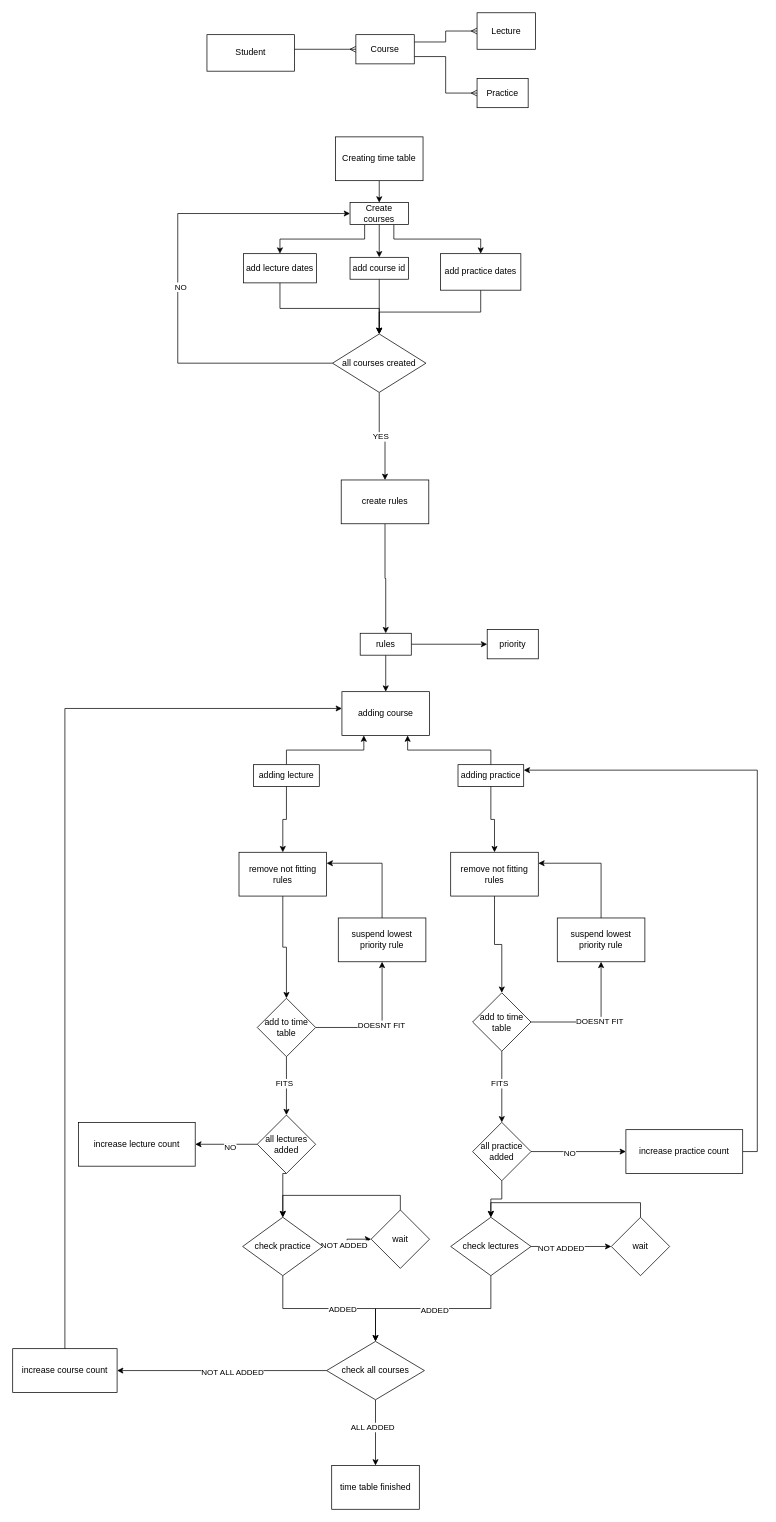
Earlier version of the draw.io diagram colleage_planer.drawio (adam-filinger/FileMaster). Source tidied: cells renumbered, new cells numbered last; positions are measured from the earlier drawing's top-left corner, leaving out a move shared by most shapes. Both pictures are drawn from the tidied source at 73%, with x=0, y=0 at pixel (12, 12).
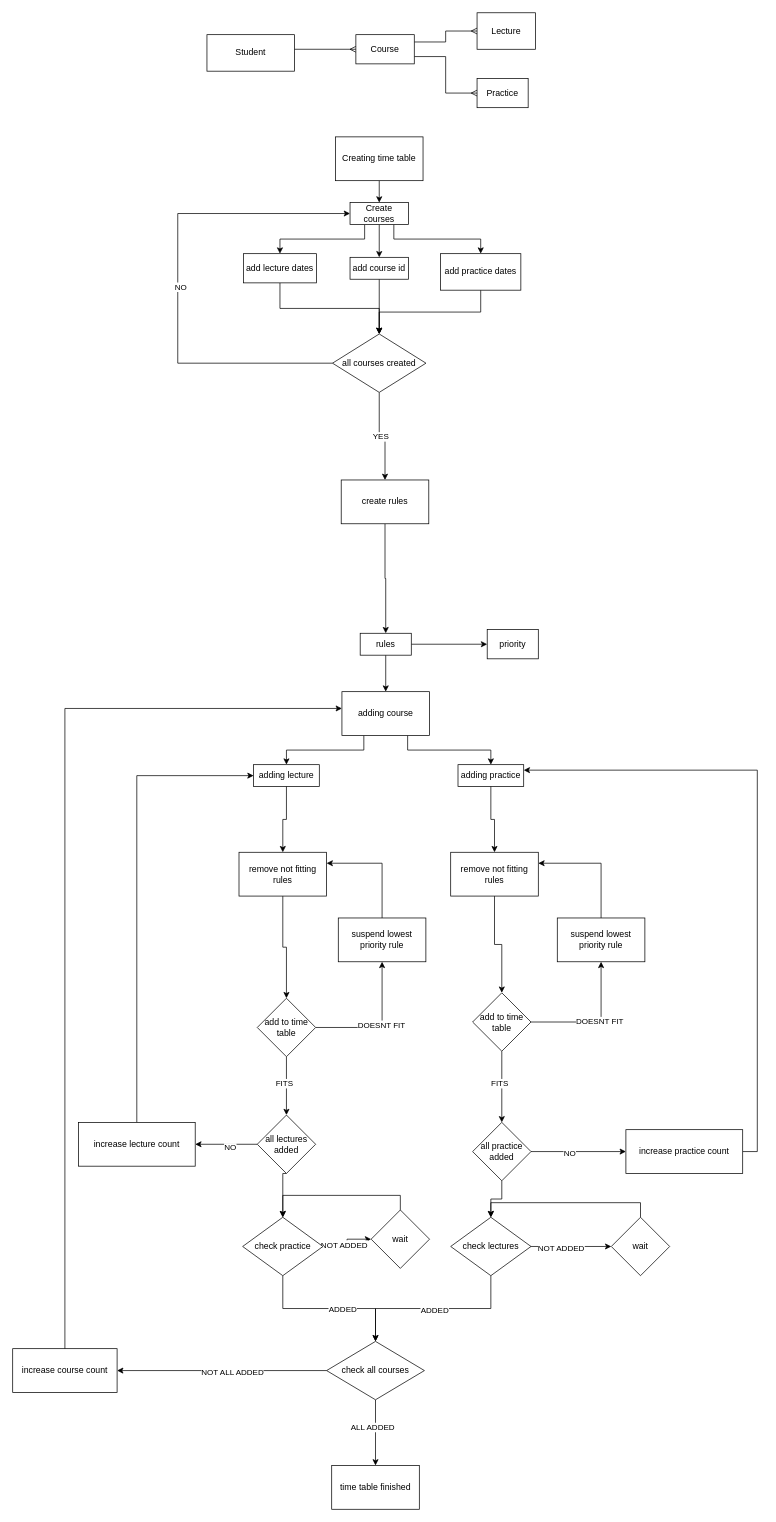
The same diagram, later.

The change refers to these unchanged cells:
```xml
<mxCell id="26" value="adding course" style="rounded=0;whiteSpace=wrap;html=1;" parent="1" vertex="1">
  <mxGeometry x="450.9" y="930" width="120" height="60" as="geometry" />
</mxCell>
<mxCell id="28" value="adding lecture" style="rounded=0;whiteSpace=wrap;html=1;" parent="1" vertex="1">
  <mxGeometry x="329.9" y="1030" width="90" height="30" as="geometry" />
</mxCell>
<mxCell id="30" value="adding practice" style="rounded=0;whiteSpace=wrap;html=1;" parent="1" vertex="1">
  <mxGeometry x="609.9" y="1030" width="90" height="30" as="geometry" />
</mxCell>
<mxCell id="43" value="increase lecture count" style="whiteSpace=wrap;html=1;rounded=0;" parent="1" vertex="1">
  <mxGeometry x="89.9" y="1520" width="160" height="60" as="geometry" />
</mxCell>
```

The edit, as a diff of the source:
```diff
@@
+    <mxCell id="91" style="edgeStyle=orthogonalEdgeStyle;rounded=0;jettySize=auto;html=1;exitX=0.25;exitY=1;exitDx=0;exitDy=0;entryX=0.5;entryY=0;entryDx=0;entryDy=0;" parent="1" edge="1" source="26" target="28">
+      <mxGeometry relative="1" as="geometry" />
+    </mxCell>
+    <mxCell id="92" style="edgeStyle=orthogonalEdgeStyle;rounded=0;jettySize=auto;html=1;exitX=0.75;exitY=1;exitDx=0;exitDy=0;" parent="1" edge="1" source="26" target="30">
+      <mxGeometry relative="1" as="geometry" />
+    </mxCell>
@@
-    <mxCell id="27" style="edgeStyle=orthogonalEdgeStyle;rounded=0;jettySize=auto;html=1;exitX=0.5;exitY=0;exitDx=0;exitDy=0;entryX=0.25;entryY=1;entryDx=0;entryDy=0;" parent="1" edge="1" source="28" target="26">
-      <mxGeometry relative="1" as="geometry" />
-    </mxCell>
@@
-    <mxCell id="29" style="edgeStyle=orthogonalEdgeStyle;rounded=0;jettySize=auto;html=1;exitX=0.5;exitY=0;exitDx=0;exitDy=0;entryX=0.75;entryY=1;entryDx=0;entryDy=0;" parent="1" edge="1" source="30" target="26">
-      <mxGeometry relative="1" as="geometry" />
-    </mxCell>
@@
+    <mxCell id="93" style="edgeStyle=orthogonalEdgeStyle;rounded=0;jettySize=auto;html=1;exitX=0.5;exitY=0;exitDx=0;exitDy=0;entryX=0;entryY=0.5;entryDx=0;entryDy=0;" parent="1" edge="1" source="43" target="28">
+      <mxGeometry relative="1" as="geometry" />
+    </mxCell>
```
